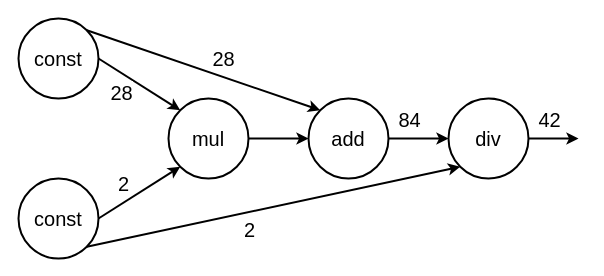
This is img/implementation_tensorflow_nodesAndGraphs_computationGraph.drawio from idahoenigmann/LMLM-Doc, a draw.io file, before an edit. Source tidied: cells renumbered, new cells numbered last; positions are measured from the earlier drawing's top-left corner, leaving out a move shared by most shapes. Both pictures are drawn from the tidied source at 100%, with x=0, y=0 at pixel (18, 18).
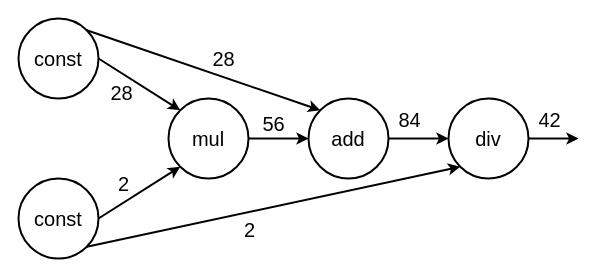
Above is the later version.

The change refers to these unchanged cells:
```xml
<mxCell id="11" style="endArrow=classic;html=1;strokeWidth=2;exitX=1;exitY=0.5;exitDx=0;exitDy=0;entryX=0;entryY=0.5;entryDx=0;entryDy=0;" parent="1" edge="1" source="4" target="5">
  <mxGeometry relative="1" as="geometry" />
</mxCell>
```

What changed in the source:
```diff
@@
+    <mxCell id="20" value="&lt;font style=&quot;font-size: 20px&quot;&gt;56&lt;/font&gt;" style="text;html=1;align=center;verticalAlign=middle;labelBackgroundColor=#ffffff;" parent="11" vertex="1">
+      <mxGeometry x="-0.33" y="4" relative="1" as="geometry">
+        <mxPoint x="4" y="-12" as="offset" />
+      </mxGeometry>
+    </mxCell>
```
